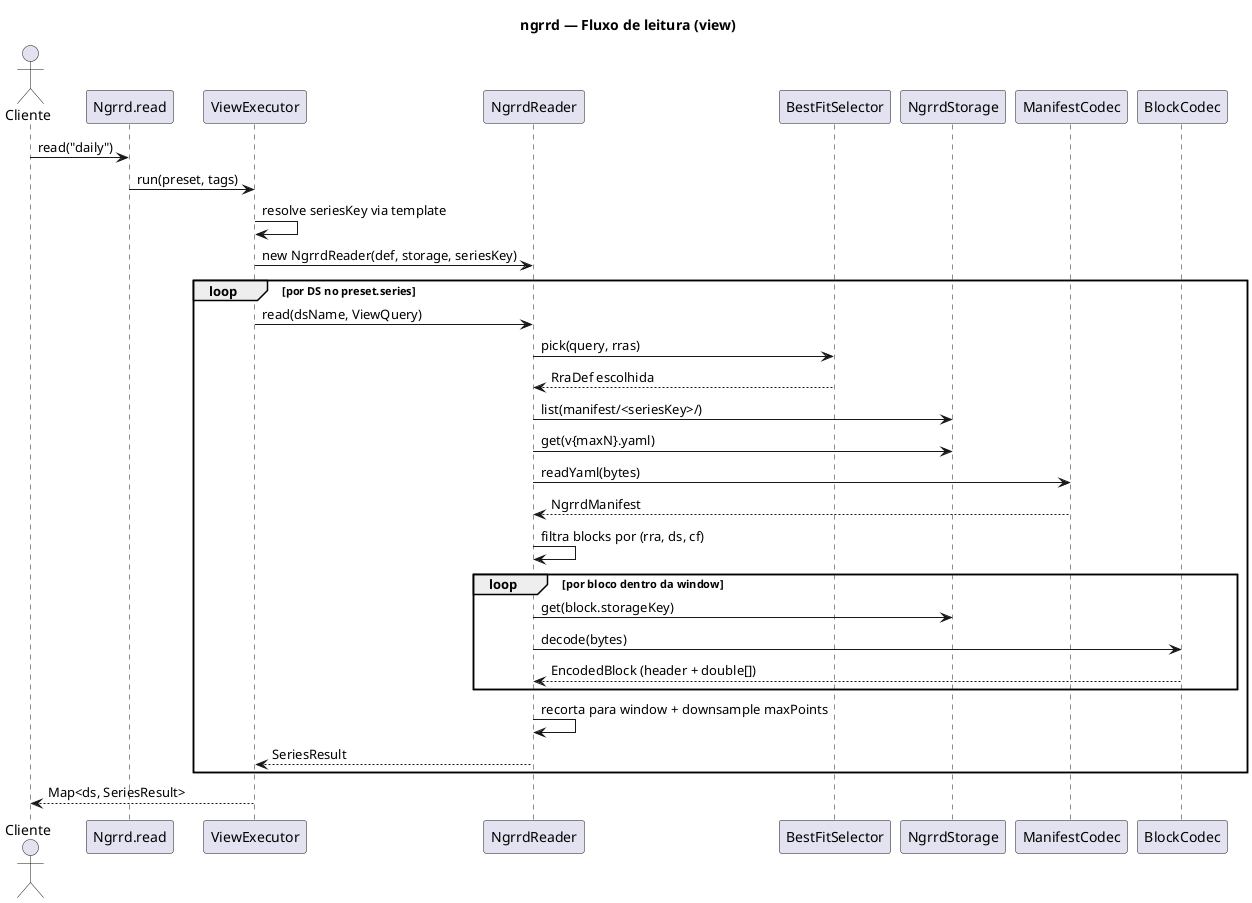
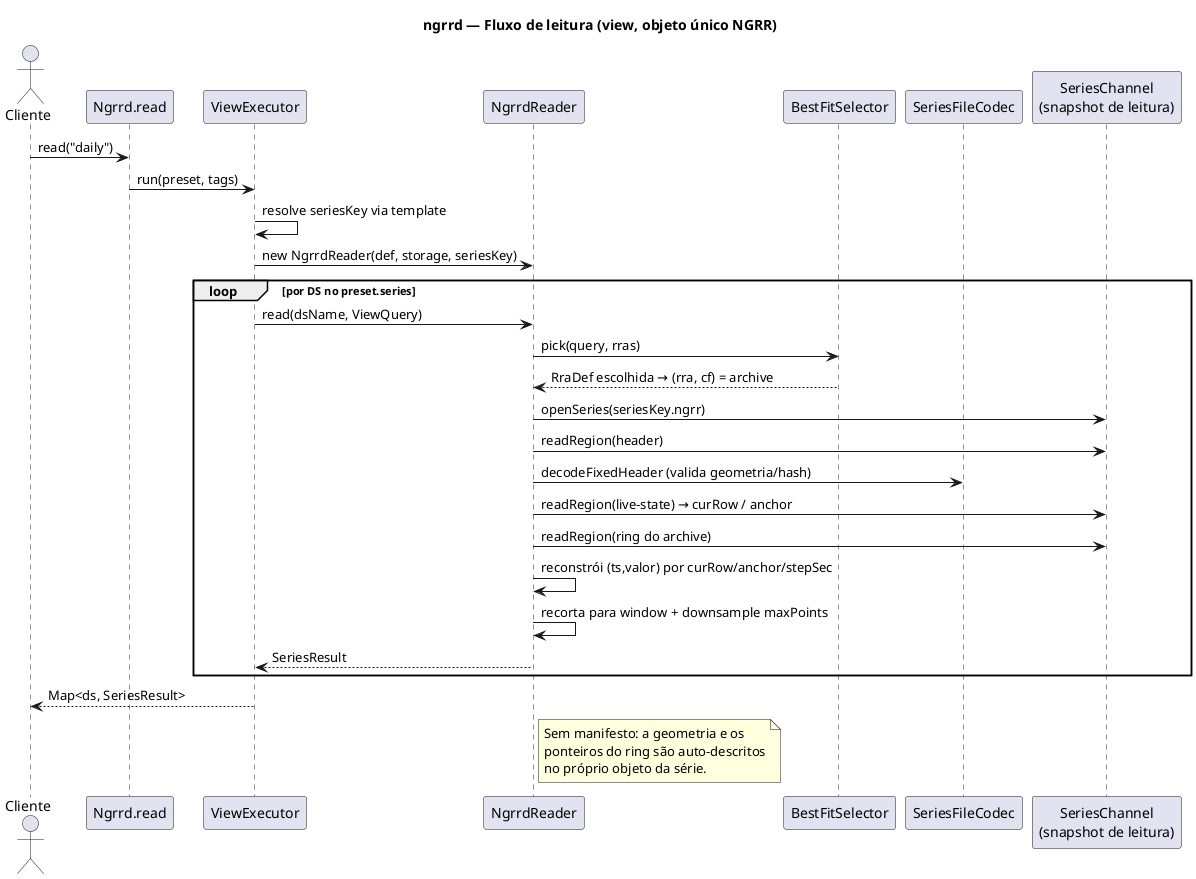
@startuml
- title ngrrd — Fluxo de leitura (view)
+ title ngrrd — Fluxo de leitura (view, objeto único NGRR)

actor Cliente
participant "Ngrrd.read" as Facade
participant "ViewExecutor" as View
participant "NgrrdReader" as Reader
participant "BestFitSelector" as Selector
- participant "NgrrdStorage" as Storage
- participant "ManifestCodec" as MCodec
- participant "BlockCodec" as BCodec
+ participant "SeriesFileCodec" as Codec
+ participant "SeriesChannel\n(snapshot de leitura)" as Channel

Cliente -> Facade : read("daily")
Facade -> View : run(preset, tags)
View -> View : resolve seriesKey via template
View -> Reader : new NgrrdReader(def, storage, seriesKey)
loop por DS no preset.series
  View -> Reader : read(dsName, ViewQuery)
  Reader -> Selector : pick(query, rras)
-   Selector --> Reader : RraDef escolhida
-   Reader -> Storage : list(manifest/<seriesKey>/)
-   Reader -> Storage : get(v{maxN}.yaml)
-   Reader -> MCodec : readYaml(bytes)
-   MCodec --> Reader : NgrrdManifest
-   Reader -> Reader : filtra blocks por (rra, ds, cf)
-   loop por bloco dentro da window
-     Reader -> Storage : get(block.storageKey)
-     Reader -> BCodec : decode(bytes)
-     BCodec --> Reader : EncodedBlock (header + double[])
-   end
+   Selector --> Reader : RraDef escolhida → (rra, cf) = archive
+   Reader -> Channel : openSeries(seriesKey.ngrr)
+   Reader -> Channel : readRegion(header)
+   Reader -> Codec : decodeFixedHeader (valida geometria/hash)
+   Reader -> Channel : readRegion(live-state) → curRow / anchor
+   Reader -> Channel : readRegion(ring do archive)
+   Reader -> Reader : reconstrói (ts,valor) por curRow/anchor/stepSec
  Reader -> Reader : recorta para window + downsample maxPoints
  Reader --> View : SeriesResult
end
View --> Cliente : Map<ds, SeriesResult>

+ note right of Reader
+   Sem manifesto: a geometria e os
+   ponteiros do ring são auto-descritos
+   no próprio objeto da série.
+ end note
+ 
@enduml
